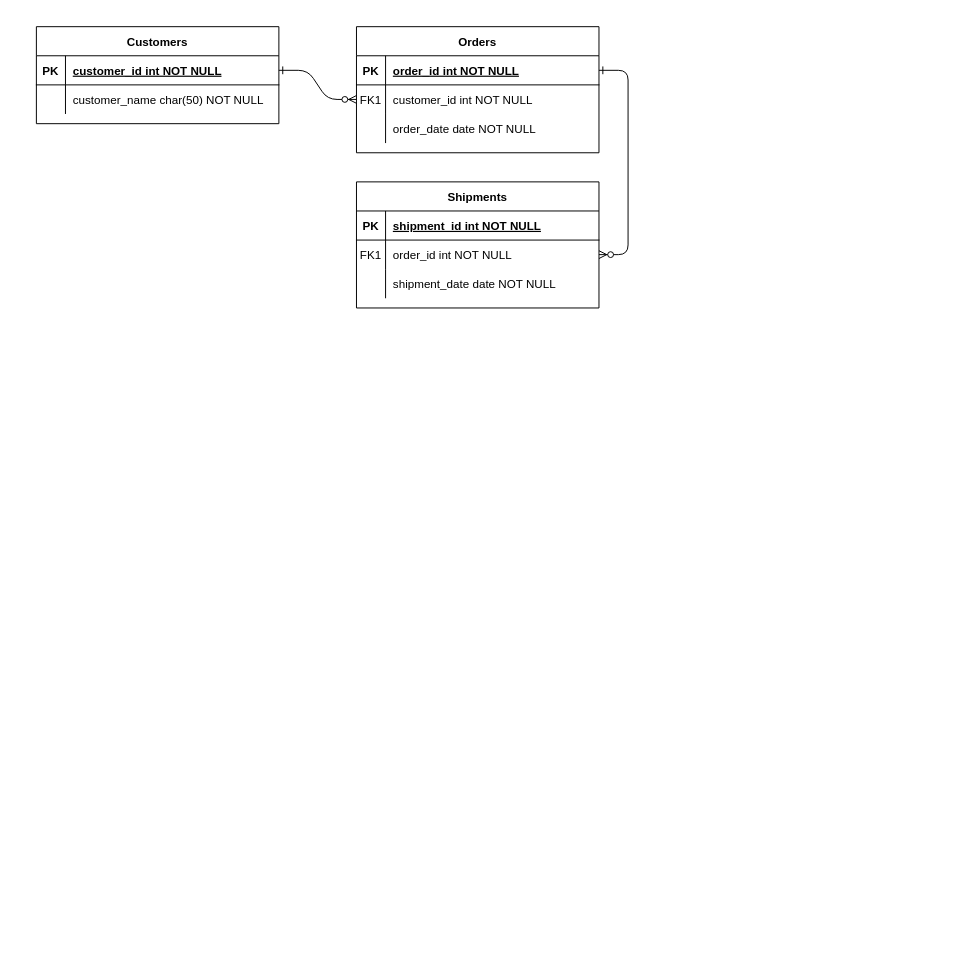
Above: databaseERD.drawio in BaoCLV/CLVProject (draw.io), before the change. Source tidied: cells renumbered, new cells numbered last; positions are measured from the earlier drawing's top-left corner, leaving out a move shared by most shapes. Both pictures are drawn from the tidied source at 97%, with x=0, y=0 at pixel (36, 26).
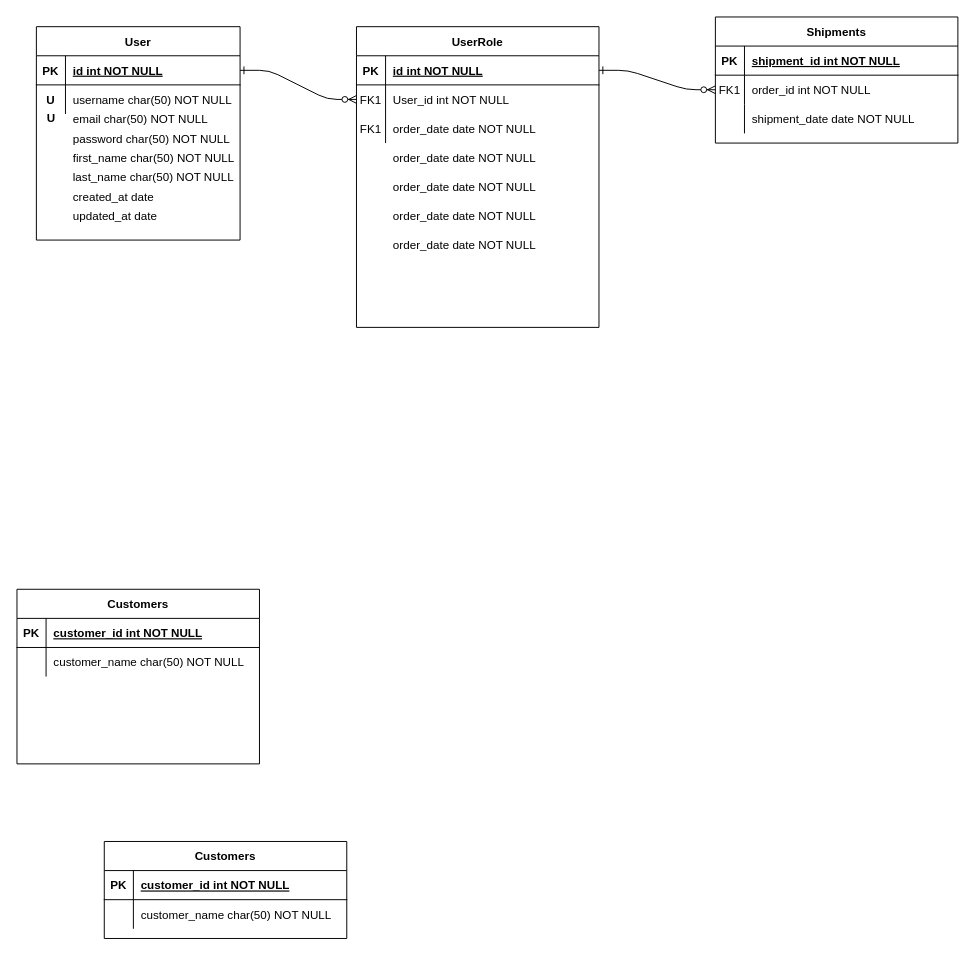
The same page after the edit.

Commit message (it also covers changes not shown here):
Cập nhật databaseERD.drawio

The change refers to these unchanged cells:
```xml
<mxCell id="5" style="shape=partialRectangle;fillColor=none;points=[[0,0.5],[1,0.5]];portConstraint=eastwest;top=0;left=0;right=0;bottom=1;" parent="4" vertex="1">
  <mxGeometry y="30" width="250" height="30" as="geometry" />
</mxCell>
<mxCell id="8" style="shape=partialRectangle;fillColor=none;points=[[0,0.5],[1,0.5]];portConstraint=eastwest;top=0;left=0;right=0;bottom=0;" parent="4" vertex="1">
  <mxGeometry y="60" width="250" height="30" as="geometry" />
</mxCell>
```

Change to the diagram source:
```diff
@@
-    <mxCell id="4" value="Orders" style="shape=table;startSize=30;childLayout=tableLayout;rowLines=0;fontStyle=1;align=center;" parent="1" vertex="1">
-      <mxGeometry x="330" width="250" height="130" as="geometry" />
+    <mxCell id="4" value="UserRole" style="shape=table;startSize=30;childLayout=tableLayout;rowLines=0;fontStyle=1;align=center;" parent="1" vertex="1">
+      <mxGeometry x="330" width="250" height="310" as="geometry" />
     </mxCell>
@@
-    <mxCell id="7" value="order_id int NOT NULL " style="shape=partialRectangle;overflow=hidden;fillColor=none;top=0;left=0;bottom=0;right=0;align=left;spacingLeft=6;fontStyle=5;" parent="5" vertex="1">
+    <mxCell id="7" value="id int NOT NULL " style="shape=partialRectangle;overflow=hidden;fillColor=none;top=0;left=0;bottom=0;right=0;align=left;spacingLeft=6;fontStyle=5;" parent="5" vertex="1">
       <mxGeometry x="30" width="220" height="30" as="geometry" />
     </mxCell>
@@
-    <mxCell id="10" value="customer_id int NOT NULL" style="shape=partialRectangle;overflow=hidden;fillColor=none;top=0;left=0;bottom=0;right=0;align=left;spacingLeft=6;" parent="8" vertex="1">
+    <mxCell id="10" value="User_id int NOT NULL" style="shape=partialRectangle;overflow=hidden;fillColor=none;top=0;left=0;bottom=0;right=0;align=left;spacingLeft=6;" parent="8" vertex="1">
       <mxGeometry x="30" width="220" height="30" as="geometry" />
     </mxCell>
@@
     <mxCell id="14" value="Shipments" style="shape=table;startSize=30;childLayout=tableLayout;rowLines=0;fontStyle=1;align=center;" parent="1" vertex="1">
-      <mxGeometry x="330" y="160" width="250" height="130" as="geometry" />
+      <mxGeometry x="700" y="-10" width="250" height="130" as="geometry" />
     </mxCell>
@@
-    <mxCell id="24" value="Customers" style="shape=table;startSize=30;childLayout=tableLayout;rowLines=0;fontStyle=1;align=center;" parent="1" vertex="1">
-      <mxGeometry width="250" height="100" as="geometry" />
+    <mxCell id="24" value="User" style="shape=table;startSize=30;childLayout=tableLayout;rowLines=0;fontStyle=1;align=center;" parent="1" vertex="1">
+      <mxGeometry width="210" height="220" as="geometry" />
     </mxCell>
     <mxCell id="25" style="shape=partialRectangle;fillColor=none;points=[[0,0.5],[1,0.5]];portConstraint=eastwest;top=0;left=0;right=0;bottom=1;" parent="24" vertex="1">
-      <mxGeometry y="30" width="250" height="30" as="geometry" />
+      <mxGeometry y="30" width="210" height="30" as="geometry" />
     </mxCell>
@@
-    <mxCell id="27" value="customer_id int NOT NULL " style="shape=partialRectangle;overflow=hidden;fillColor=none;top=0;left=0;bottom=0;right=0;align=left;spacingLeft=6;fontStyle=5;" parent="25" vertex="1">
-      <mxGeometry x="30" width="220" height="30" as="geometry" />
+    <mxCell id="27" value="id int NOT NULL " style="shape=partialRectangle;overflow=hidden;fillColor=none;top=0;left=0;bottom=0;right=0;align=left;spacingLeft=6;fontStyle=5;" parent="25" vertex="1">
+      <mxGeometry x="30" width="180" height="30" as="geometry" />
     </mxCell>
     <mxCell id="28" style="shape=partialRectangle;fillColor=none;top=0;left=0;right=0;bottom=0;" parent="24" vertex="1">
-      <mxGeometry y="60" width="250" height="30" as="geometry" />
+      <mxGeometry y="60" width="210" height="30" as="geometry" />
     </mxCell>
-    <mxCell id="29" style="shape=partialRectangle;overflow=hidden;fillColor=none;top=0;left=0;bottom=0;right=0;" parent="28" vertex="1">
+    <mxCell id="29" value="U" style="shape=partialRectangle;overflow=hidden;fillColor=none;top=0;left=0;bottom=0;right=0;fontStyle=1;" parent="28" vertex="1">
       <mxGeometry width="30" height="30" as="geometry" />
     </mxCell>
-    <mxCell id="30" value="customer_name char(50) NOT NULL" style="shape=partialRectangle;overflow=hidden;fillColor=none;top=0;left=0;bottom=0;right=0;align=left;spacingLeft=6;" parent="28" vertex="1">
-      <mxGeometry x="30" width="220" height="30" as="geometry" />
+    <mxCell id="30" value="username char(50) NOT NULL" style="shape=partialRectangle;overflow=hidden;fillColor=none;top=0;left=0;bottom=0;right=0;align=left;spacingLeft=6;" parent="28" vertex="1">
+      <mxGeometry x="30" width="180" height="30" as="geometry" />
     </mxCell>
+    <mxCell id="31" value="Customers" style="shape=table;startSize=30;childLayout=tableLayout;rowLines=0;fontStyle=1;align=center;" parent="1" vertex="1">
+      <mxGeometry x="70" y="840" width="250" height="100" as="geometry" />
+    </mxCell>
+    <mxCell id="32" style="shape=partialRectangle;fillColor=none;top=0;left=0;right=0;bottom=1;" parent="31" vertex="1">
+      <mxGeometry y="30" width="250" height="30" as="geometry" />
+    </mxCell>
+    <mxCell id="33" value="PK" style="shape=partialRectangle;overflow=hidden;fillColor=none;top=0;left=0;bottom=0;right=0;fontStyle=1;" parent="32" vertex="1">
+      <mxGeometry width="30" height="30" as="geometry" />
+    </mxCell>
+    <mxCell id="34" value="customer_id int NOT NULL " style="shape=partialRectangle;overflow=hidden;fillColor=none;top=0;left=0;bottom=0;right=0;align=left;spacingLeft=6;fontStyle=5;" parent="32" vertex="1">
+      <mxGeometry x="30" width="220" height="30" as="geometry" />
+    </mxCell>
+    <mxCell id="35" style="shape=partialRectangle;fillColor=none;top=0;left=0;right=0;bottom=0;" parent="31" vertex="1">
+      <mxGeometry y="60" width="250" height="30" as="geometry" />
+    </mxCell>
+    <mxCell id="36" style="shape=partialRectangle;overflow=hidden;fillColor=none;top=0;left=0;bottom=0;right=0;" parent="35" vertex="1">
+      <mxGeometry width="30" height="30" as="geometry" />
+    </mxCell>
+    <mxCell id="37" value="customer_name char(50) NOT NULL" style="shape=partialRectangle;overflow=hidden;fillColor=none;top=0;left=0;bottom=0;right=0;align=left;spacingLeft=6;" parent="35" vertex="1">
+      <mxGeometry x="30" width="220" height="30" as="geometry" />
+    </mxCell>
+    <mxCell id="38" value="Customers" style="shape=table;startSize=30;childLayout=tableLayout;rowLines=0;fontStyle=1;align=center;" parent="1" vertex="1">
+      <mxGeometry x="-20" y="580" width="250" height="180" as="geometry" />
+    </mxCell>
+    <mxCell id="39" style="shape=partialRectangle;fillColor=none;top=0;left=0;right=0;bottom=1;" parent="38" vertex="1">
+      <mxGeometry y="30" width="250" height="30" as="geometry" />
+    </mxCell>
+    <mxCell id="40" value="PK" style="shape=partialRectangle;overflow=hidden;fillColor=none;top=0;left=0;bottom=0;right=0;fontStyle=1;" parent="39" vertex="1">
+      <mxGeometry width="30" height="30" as="geometry" />
+    </mxCell>
+    <mxCell id="41" value="customer_id int NOT NULL " style="shape=partialRectangle;overflow=hidden;fillColor=none;top=0;left=0;bottom=0;right=0;align=left;spacingLeft=6;fontStyle=5;" parent="39" vertex="1">
+      <mxGeometry x="30" width="220" height="30" as="geometry" />
+    </mxCell>
+    <mxCell id="42" style="shape=partialRectangle;fillColor=none;top=0;left=0;right=0;bottom=0;" parent="38" vertex="1">
+      <mxGeometry y="60" width="250" height="30" as="geometry" />
+    </mxCell>
+    <mxCell id="43" style="shape=partialRectangle;overflow=hidden;fillColor=none;top=0;left=0;bottom=0;right=0;" parent="42" vertex="1">
+      <mxGeometry width="30" height="30" as="geometry" />
+    </mxCell>
+    <mxCell id="44" value="customer_name char(50) NOT NULL" style="shape=partialRectangle;overflow=hidden;fillColor=none;top=0;left=0;bottom=0;right=0;align=left;spacingLeft=6;" parent="42" vertex="1">
+      <mxGeometry x="30" width="220" height="30" as="geometry" />
+    </mxCell>
+    <mxCell id="45" value="email char(50) NOT NULL" style="shape=partialRectangle;overflow=hidden;fillColor=none;top=0;left=0;bottom=0;right=0;align=left;spacingLeft=6;" parent="1" vertex="1">
+      <mxGeometry x="30" y="80" width="220" height="30" as="geometry" />
+    </mxCell>
+    <mxCell id="46" value="password char(50) NOT NULL" style="shape=partialRectangle;overflow=hidden;fillColor=none;top=0;left=0;bottom=0;right=0;align=left;spacingLeft=6;" parent="1" vertex="1">
+      <mxGeometry x="30" y="100" width="220" height="30" as="geometry" />
+    </mxCell>
+    <mxCell id="47" value="created_at date " style="shape=partialRectangle;overflow=hidden;fillColor=none;top=0;left=0;bottom=0;right=0;align=left;spacingLeft=6;" parent="1" vertex="1">
+      <mxGeometry x="30" y="160" width="220" height="30" as="geometry" />
+    </mxCell>
+    <mxCell id="48" value="first_name char(50) NOT NULL" style="shape=partialRectangle;overflow=hidden;fillColor=none;top=0;left=0;bottom=0;right=0;align=left;spacingLeft=6;" parent="1" vertex="1">
+      <mxGeometry x="30" y="120" width="220" height="30" as="geometry" />
+    </mxCell>
+    <mxCell id="49" value="last_name char(50) NOT NULL" style="shape=partialRectangle;overflow=hidden;fillColor=none;top=0;left=0;bottom=0;right=0;align=left;spacingLeft=6;" parent="1" vertex="1">
+      <mxGeometry x="30" y="140" width="220" height="30" as="geometry" />
+    </mxCell>
+    <mxCell id="50" value="updated_at date" style="shape=partialRectangle;overflow=hidden;fillColor=none;top=0;left=0;bottom=0;right=0;align=left;spacingLeft=6;" parent="1" vertex="1">
+      <mxGeometry x="30" y="180" width="220" height="30" as="geometry" />
+    </mxCell>
+    <mxCell id="51" value="&lt;b&gt;U&lt;/b&gt;" style="text;html=1;align=center;verticalAlign=middle;strokeColor=none;fillColor=none;" parent="1" vertex="1">
+      <mxGeometry y="80" width="30" height="30" as="geometry" />
+    </mxCell>
+    <mxCell id="52" value="FK1" style="shape=partialRectangle;overflow=hidden;fillColor=none;top=0;left=0;bottom=0;right=0;" parent="1" vertex="1">
+      <mxGeometry x="330" y="90" width="30" height="30" as="geometry" />
+    </mxCell>
+    <mxCell id="53" value="order_date date NOT NULL" style="shape=partialRectangle;overflow=hidden;fillColor=none;top=0;left=0;bottom=0;right=0;align=left;spacingLeft=6;" parent="1" vertex="1">
+      <mxGeometry x="360" y="120" width="220" height="30" as="geometry" />
+    </mxCell>
+    <mxCell id="54" value="order_date date NOT NULL" style="shape=partialRectangle;overflow=hidden;fillColor=none;top=0;left=0;bottom=0;right=0;align=left;spacingLeft=6;" parent="1" vertex="1">
+      <mxGeometry x="360" y="150" width="220" height="30" as="geometry" />
+    </mxCell>
+    <mxCell id="55" value="order_date date NOT NULL" style="shape=partialRectangle;overflow=hidden;fillColor=none;top=0;left=0;bottom=0;right=0;align=left;spacingLeft=6;" parent="1" vertex="1">
+      <mxGeometry x="360" y="180" width="220" height="30" as="geometry" />
+    </mxCell>
+    <mxCell id="56" value="order_date date NOT NULL" style="shape=partialRectangle;overflow=hidden;fillColor=none;top=0;left=0;bottom=0;right=0;align=left;spacingLeft=6;" parent="1" vertex="1">
+      <mxGeometry x="360" y="210" width="220" height="30" as="geometry" />
+    </mxCell>
```
